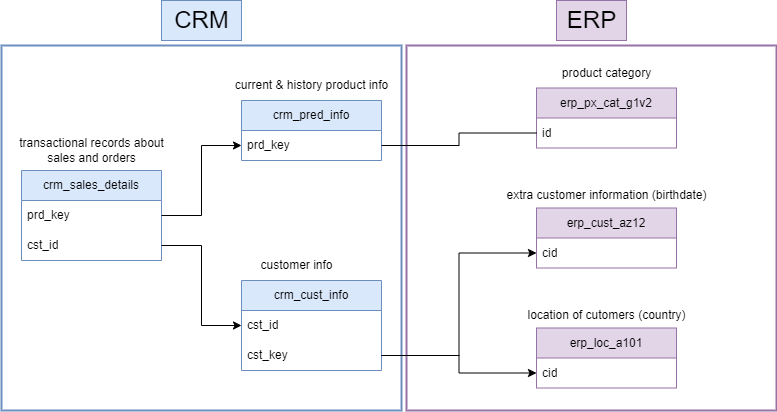
The draw.io diagram docs/diagrams/ingestion_model.png in bataynehscave/dwh_project, before a commit. Source tidied: cells renumbered, new cells last; positions are measured from the earlier drawing's top-left corner, leaving out a move shared by most shapes. Source of this version:
```xml
<mxGraphModel>
  <root>
    <mxCell id="0" />
    <mxCell id="1" parent="0" />
    <mxCell id="2" style="rounded=0;whiteSpace=wrap;html=1;fillColor=none;strokeColor=#9673a6;strokeWidth=2;" parent="1" vertex="1">
      <mxGeometry x="405" y="45" width="370" height="365" as="geometry" />
    </mxCell>
    <mxCell id="3" style="rounded=0;whiteSpace=wrap;html=1;fillColor=none;strokeColor=#6c8ebf;strokeWidth=2;" parent="1" vertex="1">
      <mxGeometry y="45" width="400" height="365" as="geometry" />
    </mxCell>
    <mxCell id="4" value="crm_sales_details" style="swimlane;fontStyle=0;horizontal=1;startSize=30;whiteSpace=wrap;html=1;fillColor=#dae8fc;strokeColor=#6c8ebf;" parent="1" vertex="1">
      <mxGeometry x="20" y="170" width="140" height="90" as="geometry" />
    </mxCell>
    <mxCell id="5" value="prd_key" style="text;strokeColor=none;fillColor=none;align=left;verticalAlign=middle;spacingLeft=4;spacingRight=4;overflow=hidden;points=[[0,0.5],[1,0.5]];portConstraint=eastwest;whiteSpace=wrap;html=1;" parent="4" vertex="1">
      <mxGeometry y="30" width="140" height="30" as="geometry" />
    </mxCell>
    <mxCell id="6" value="cst_id" style="text;strokeColor=none;fillColor=none;align=left;verticalAlign=middle;spacingLeft=4;spacingRight=4;overflow=hidden;points=[[0,0.5],[1,0.5]];portConstraint=eastwest;whiteSpace=wrap;html=1;" parent="4" vertex="1">
      <mxGeometry y="60" width="140" height="30" as="geometry" />
    </mxCell>
    <mxCell id="7" value="crm_pred_info" style="swimlane;fontStyle=0;horizontal=1;startSize=30;whiteSpace=wrap;html=1;fillColor=#dae8fc;strokeColor=#6c8ebf;" parent="1" vertex="1">
      <mxGeometry x="240" y="100" width="140" height="60" as="geometry" />
    </mxCell>
    <mxCell id="8" value="prd_key" style="text;strokeColor=none;fillColor=none;align=left;verticalAlign=middle;spacingLeft=4;spacingRight=4;overflow=hidden;points=[[0,0.5],[1,0.5]];portConstraint=eastwest;whiteSpace=wrap;html=1;" parent="7" vertex="1">
      <mxGeometry y="30" width="140" height="30" as="geometry" />
    </mxCell>
    <mxCell id="9" value="crm_cust_info" style="swimlane;fontStyle=0;horizontal=1;startSize=30;whiteSpace=wrap;html=1;fillColor=#dae8fc;strokeColor=#6c8ebf;" parent="1" vertex="1">
      <mxGeometry x="240" y="280" width="140" height="90" as="geometry" />
    </mxCell>
    <mxCell id="10" value="cst_id" style="text;strokeColor=none;fillColor=none;align=left;verticalAlign=middle;spacingLeft=4;spacingRight=4;overflow=hidden;points=[[0,0.5],[1,0.5]];portConstraint=eastwest;whiteSpace=wrap;html=1;" parent="9" vertex="1">
      <mxGeometry y="30" width="140" height="30" as="geometry" />
    </mxCell>
    <mxCell id="11" value="cst_key" style="text;strokeColor=none;fillColor=none;align=left;verticalAlign=middle;spacingLeft=4;spacingRight=4;overflow=hidden;points=[[0,0.5],[1,0.5]];portConstraint=eastwest;whiteSpace=wrap;html=1;" parent="9" vertex="1">
      <mxGeometry y="60" width="140" height="30" as="geometry" />
    </mxCell>
    <mxCell id="12" value="erp_px_cat_g1v2" style="swimlane;fontStyle=0;horizontal=1;startSize=30;whiteSpace=wrap;html=1;fillColor=#e1d5e7;strokeColor=#9673a6;" parent="1" vertex="1">
      <mxGeometry x="535" y="87.5" width="140" height="60" as="geometry" />
    </mxCell>
    <mxCell id="13" value="id" style="text;strokeColor=none;fillColor=none;align=left;verticalAlign=middle;spacingLeft=4;spacingRight=4;overflow=hidden;points=[[0,0.5],[1,0.5]];portConstraint=eastwest;whiteSpace=wrap;html=1;" parent="12" vertex="1">
      <mxGeometry y="30" width="140" height="30" as="geometry" />
    </mxCell>
    <mxCell id="14" value="erp_cust_az12" style="swimlane;fontStyle=0;horizontal=1;startSize=30;whiteSpace=wrap;html=1;fillColor=#e1d5e7;strokeColor=#9673a6;" parent="1" vertex="1">
      <mxGeometry x="535" y="207.5" width="140" height="60" as="geometry" />
    </mxCell>
    <mxCell id="15" value="cid" style="text;strokeColor=none;fillColor=none;align=left;verticalAlign=middle;spacingLeft=4;spacingRight=4;overflow=hidden;points=[[0,0.5],[1,0.5]];portConstraint=eastwest;whiteSpace=wrap;html=1;" parent="14" vertex="1">
      <mxGeometry y="30" width="140" height="30" as="geometry" />
    </mxCell>
    <mxCell id="16" value="erp_loc_a101" style="swimlane;fontStyle=0;horizontal=1;startSize=30;whiteSpace=wrap;html=1;fillColor=#e1d5e7;strokeColor=#9673a6;" parent="1" vertex="1">
      <mxGeometry x="535" y="327.5" width="140" height="60" as="geometry" />
    </mxCell>
    <mxCell id="17" value="cid" style="text;strokeColor=none;fillColor=none;align=left;verticalAlign=middle;spacingLeft=4;spacingRight=4;overflow=hidden;points=[[0,0.5],[1,0.5]];portConstraint=eastwest;whiteSpace=wrap;html=1;" parent="16" vertex="1">
      <mxGeometry y="30" width="140" height="30" as="geometry" />
    </mxCell>
    <mxCell id="18" value="&lt;p&gt;transactional records about&lt;br&gt; sales and orders&lt;/p&gt;" style="text;html=1;align=center;verticalAlign=middle;strokeColor=none;fillColor=none;" parent="1" vertex="1">
      <mxGeometry x="5" y="115" width="170" height="70" as="geometry" />
    </mxCell>
    <mxCell id="19" value="current &amp;amp; history product info" style="text;html=1;align=center;verticalAlign=middle;strokeColor=none;fillColor=none;" parent="1" vertex="1">
      <mxGeometry x="220" y="70" width="180" height="30" as="geometry" />
    </mxCell>
    <mxCell id="20" value="customer info" style="text;html=1;align=center;verticalAlign=middle;strokeColor=none;fillColor=none;" parent="1" vertex="1">
      <mxGeometry x="245" y="250" width="100" height="30" as="geometry" />
    </mxCell>
    <mxCell id="21" value="product category" style="text;html=1;align=center;verticalAlign=middle;strokeColor=none;fillColor=none;" parent="1" vertex="1">
      <mxGeometry x="550" y="57.5" width="110" height="30" as="geometry" />
    </mxCell>
    <mxCell id="22" value="extra customer information (birthdate)" style="text;html=1;align=center;verticalAlign=middle;strokeColor=none;fillColor=none;" parent="1" vertex="1">
      <mxGeometry x="495" y="180" width="220" height="30" as="geometry" />
    </mxCell>
    <mxCell id="23" value="location of cutomers (country)" style="text;html=1;align=center;verticalAlign=middle;strokeColor=none;fillColor=none;" parent="1" vertex="1">
      <mxGeometry x="515" y="300" width="180" height="30" as="geometry" />
    </mxCell>
    <mxCell id="24" value="&lt;font style=&quot;font-size: 24px;&quot;&gt;CRM&lt;/font&gt;" style="text;html=1;align=center;verticalAlign=middle;strokeColor=#6c8ebf;fillColor=#dae8fc;" parent="1" vertex="1">
      <mxGeometry x="160" width="80" height="40" as="geometry" />
    </mxCell>
    <mxCell id="25" value="&lt;span style=&quot;font-size: 24px;&quot;&gt;ERP&lt;/span&gt;" style="text;html=1;align=center;verticalAlign=middle;strokeColor=#9673a6;fillColor=#e1d5e7;" parent="1" vertex="1">
      <mxGeometry x="555" width="70" height="40" as="geometry" />
    </mxCell>
    <mxCell id="26" style="edgeStyle=orthogonalEdgeStyle;rounded=0;jettySize=auto;html=1;entryX=0;entryY=0.5;entryDx=0;entryDy=0;" parent="1" edge="1" source="5" target="8">
      <mxGeometry relative="1" as="geometry" />
    </mxCell>
    <mxCell id="27" style="edgeStyle=orthogonalEdgeStyle;rounded=0;jettySize=auto;html=1;entryX=0;entryY=0.5;entryDx=0;entryDy=0;" parent="1" edge="1" source="6" target="10">
      <mxGeometry relative="1" as="geometry" />
    </mxCell>
    <mxCell id="28" style="edgeStyle=orthogonalEdgeStyle;rounded=0;jettySize=auto;html=1;entryX=0;entryY=0.5;entryDx=0;entryDy=0;endArrow=none;startFill=0;" parent="1" edge="1" source="8" target="13">
      <mxGeometry relative="1" as="geometry" />
    </mxCell>
    <mxCell id="29" style="edgeStyle=orthogonalEdgeStyle;rounded=0;jettySize=auto;html=1;entryX=0;entryY=0.5;entryDx=0;entryDy=0;" parent="1" edge="1" source="11" target="15">
      <mxGeometry relative="1" as="geometry" />
    </mxCell>
    <mxCell id="30" style="edgeStyle=orthogonalEdgeStyle;rounded=0;jettySize=auto;html=1;entryX=0;entryY=0.5;entryDx=0;entryDy=0;" parent="1" edge="1" source="11" target="17">
      <mxGeometry relative="1" as="geometry" />
    </mxCell>
  </root>
</mxGraphModel>
```
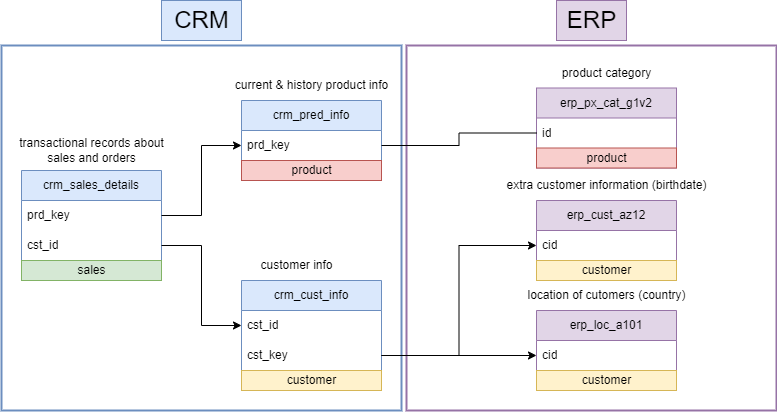
After the commit.

Diff of the diagram source:
```diff
@@ -9,7 +9,7 @@
       <mxGeometry y="45" width="400" height="365" as="geometry" />
     </mxCell>
     <mxCell id="4" value="crm_sales_details" style="swimlane;fontStyle=0;horizontal=1;startSize=30;whiteSpace=wrap;html=1;fillColor=#dae8fc;strokeColor=#6c8ebf;" parent="1" vertex="1">
-      <mxGeometry x="20" y="170" width="140" height="90" as="geometry" />
+      <mxGeometry x="20" y="170" width="140" height="110" as="geometry" />
     </mxCell>
     <mxCell id="5" value="prd_key" style="text;strokeColor=none;fillColor=none;align=left;verticalAlign=middle;spacingLeft=4;spacingRight=4;overflow=hidden;points=[[0,0.5],[1,0.5]];portConstraint=eastwest;whiteSpace=wrap;html=1;" parent="4" vertex="1">
       <mxGeometry y="30" width="140" height="30" as="geometry" />
@@ -17,14 +17,20 @@
     <mxCell id="6" value="cst_id" style="text;strokeColor=none;fillColor=none;align=left;verticalAlign=middle;spacingLeft=4;spacingRight=4;overflow=hidden;points=[[0,0.5],[1,0.5]];portConstraint=eastwest;whiteSpace=wrap;html=1;" parent="4" vertex="1">
       <mxGeometry y="60" width="140" height="30" as="geometry" />
     </mxCell>
+    <mxCell id="31" value="sales" style="text;html=1;align=center;verticalAlign=middle;strokeColor=#82b366;fillColor=#d5e8d4;" parent="4" vertex="1">
+      <mxGeometry y="90" width="140" height="20" as="geometry" />
+    </mxCell>
     <mxCell id="7" value="crm_pred_info" style="swimlane;fontStyle=0;horizontal=1;startSize=30;whiteSpace=wrap;html=1;fillColor=#dae8fc;strokeColor=#6c8ebf;" parent="1" vertex="1">
-      <mxGeometry x="240" y="100" width="140" height="60" as="geometry" />
+      <mxGeometry x="240" y="100" width="140" height="80" as="geometry" />
     </mxCell>
     <mxCell id="8" value="prd_key" style="text;strokeColor=none;fillColor=none;align=left;verticalAlign=middle;spacingLeft=4;spacingRight=4;overflow=hidden;points=[[0,0.5],[1,0.5]];portConstraint=eastwest;whiteSpace=wrap;html=1;" parent="7" vertex="1">
       <mxGeometry y="30" width="140" height="30" as="geometry" />
     </mxCell>
+    <mxCell id="32" value="product" style="text;html=1;align=center;verticalAlign=middle;strokeColor=#b85450;fillColor=#f8cecc;" parent="7" vertex="1">
+      <mxGeometry y="60" width="140" height="20" as="geometry" />
+    </mxCell>
     <mxCell id="9" value="crm_cust_info" style="swimlane;fontStyle=0;horizontal=1;startSize=30;whiteSpace=wrap;html=1;fillColor=#dae8fc;strokeColor=#6c8ebf;" parent="1" vertex="1">
-      <mxGeometry x="240" y="280" width="140" height="90" as="geometry" />
+      <mxGeometry x="240" y="280" width="140" height="110" as="geometry" />
     </mxCell>
     <mxCell id="10" value="cst_id" style="text;strokeColor=none;fillColor=none;align=left;verticalAlign=middle;spacingLeft=4;spacingRight=4;overflow=hidden;points=[[0,0.5],[1,0.5]];portConstraint=eastwest;whiteSpace=wrap;html=1;" parent="9" vertex="1">
       <mxGeometry y="30" width="140" height="30" as="geometry" />
@@ -32,24 +38,36 @@
     <mxCell id="11" value="cst_key" style="text;strokeColor=none;fillColor=none;align=left;verticalAlign=middle;spacingLeft=4;spacingRight=4;overflow=hidden;points=[[0,0.5],[1,0.5]];portConstraint=eastwest;whiteSpace=wrap;html=1;" parent="9" vertex="1">
       <mxGeometry y="60" width="140" height="30" as="geometry" />
     </mxCell>
+    <mxCell id="33" value="customer" style="text;html=1;align=center;verticalAlign=middle;strokeColor=#d6b656;fillColor=#fff2cc;" parent="9" vertex="1">
+      <mxGeometry y="90" width="140" height="20" as="geometry" />
+    </mxCell>
     <mxCell id="12" value="erp_px_cat_g1v2" style="swimlane;fontStyle=0;horizontal=1;startSize=30;whiteSpace=wrap;html=1;fillColor=#e1d5e7;strokeColor=#9673a6;" parent="1" vertex="1">
-      <mxGeometry x="535" y="87.5" width="140" height="60" as="geometry" />
+      <mxGeometry x="535" y="87.5" width="140" height="80" as="geometry" />
     </mxCell>
     <mxCell id="13" value="id" style="text;strokeColor=none;fillColor=none;align=left;verticalAlign=middle;spacingLeft=4;spacingRight=4;overflow=hidden;points=[[0,0.5],[1,0.5]];portConstraint=eastwest;whiteSpace=wrap;html=1;" parent="12" vertex="1">
       <mxGeometry y="30" width="140" height="30" as="geometry" />
     </mxCell>
+    <mxCell id="34" value="product" style="text;html=1;align=center;verticalAlign=middle;strokeColor=#b85450;fillColor=#f8cecc;" parent="12" vertex="1">
+      <mxGeometry y="60" width="140" height="20" as="geometry" />
+    </mxCell>
     <mxCell id="14" value="erp_cust_az12" style="swimlane;fontStyle=0;horizontal=1;startSize=30;whiteSpace=wrap;html=1;fillColor=#e1d5e7;strokeColor=#9673a6;" parent="1" vertex="1">
-      <mxGeometry x="535" y="207.5" width="140" height="60" as="geometry" />
+      <mxGeometry x="535" y="200" width="140" height="80" as="geometry" />
     </mxCell>
     <mxCell id="15" value="cid" style="text;strokeColor=none;fillColor=none;align=left;verticalAlign=middle;spacingLeft=4;spacingRight=4;overflow=hidden;points=[[0,0.5],[1,0.5]];portConstraint=eastwest;whiteSpace=wrap;html=1;" parent="14" vertex="1">
       <mxGeometry y="30" width="140" height="30" as="geometry" />
     </mxCell>
+    <mxCell id="35" value="customer" style="text;html=1;align=center;verticalAlign=middle;strokeColor=#d6b656;fillColor=#fff2cc;" parent="14" vertex="1">
+      <mxGeometry y="60" width="140" height="20" as="geometry" />
+    </mxCell>
     <mxCell id="16" value="erp_loc_a101" style="swimlane;fontStyle=0;horizontal=1;startSize=30;whiteSpace=wrap;html=1;fillColor=#e1d5e7;strokeColor=#9673a6;" parent="1" vertex="1">
-      <mxGeometry x="535" y="327.5" width="140" height="60" as="geometry" />
+      <mxGeometry x="535" y="310" width="140" height="80" as="geometry" />
     </mxCell>
     <mxCell id="17" value="cid" style="text;strokeColor=none;fillColor=none;align=left;verticalAlign=middle;spacingLeft=4;spacingRight=4;overflow=hidden;points=[[0,0.5],[1,0.5]];portConstraint=eastwest;whiteSpace=wrap;html=1;" parent="16" vertex="1">
       <mxGeometry y="30" width="140" height="30" as="geometry" />
     </mxCell>
+    <mxCell id="36" value="customer" style="text;html=1;align=center;verticalAlign=middle;strokeColor=#d6b656;fillColor=#fff2cc;" parent="16" vertex="1">
+      <mxGeometry y="60" width="140" height="20" as="geometry" />
+    </mxCell>
     <mxCell id="18" value="&lt;p&gt;transactional records about&lt;br&gt; sales and orders&lt;/p&gt;" style="text;html=1;align=center;verticalAlign=middle;strokeColor=none;fillColor=none;" parent="1" vertex="1">
       <mxGeometry x="5" y="115" width="170" height="70" as="geometry" />
     </mxCell>
@@ -63,10 +81,10 @@
       <mxGeometry x="550" y="57.5" width="110" height="30" as="geometry" />
     </mxCell>
     <mxCell id="22" value="extra customer information (birthdate)" style="text;html=1;align=center;verticalAlign=middle;strokeColor=none;fillColor=none;" parent="1" vertex="1">
-      <mxGeometry x="495" y="180" width="220" height="30" as="geometry" />
+      <mxGeometry x="495" y="170" width="220" height="30" as="geometry" />
     </mxCell>
     <mxCell id="23" value="location of cutomers (country)" style="text;html=1;align=center;verticalAlign=middle;strokeColor=none;fillColor=none;" parent="1" vertex="1">
-      <mxGeometry x="515" y="300" width="180" height="30" as="geometry" />
+      <mxGeometry x="515" y="280" width="180" height="30" as="geometry" />
     </mxCell>
     <mxCell id="24" value="&lt;font style=&quot;font-size: 24px;&quot;&gt;CRM&lt;/font&gt;" style="text;html=1;align=center;verticalAlign=middle;strokeColor=#6c8ebf;fillColor=#dae8fc;" parent="1" vertex="1">
       <mxGeometry x="160" width="80" height="40" as="geometry" />
```
